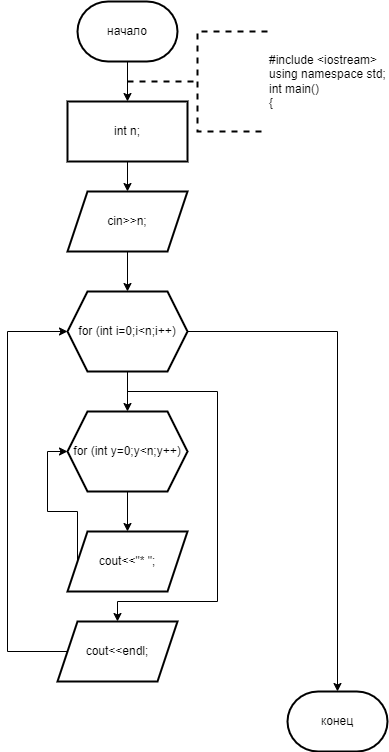
Earlier version of the draw.io export 2_7_2.drawio.png (ksinph/PSTU_LABS_2023). Source tidied: cells renumbered, new cells last; positions are measured from the earlier drawing's top-left corner, leaving out a move shared by most shapes.
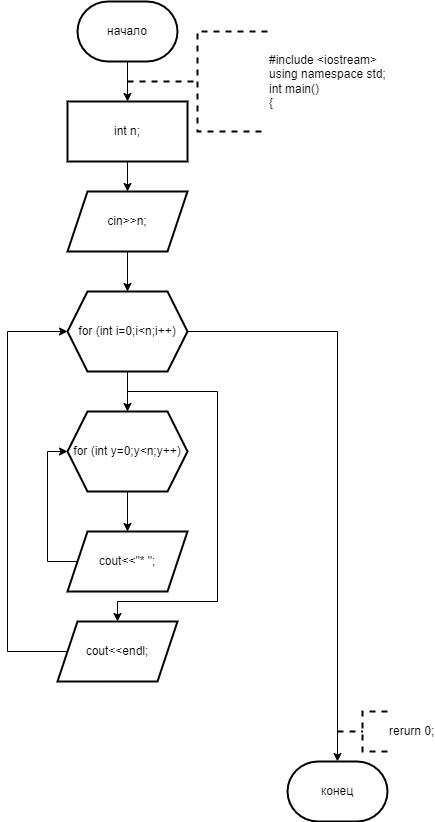
The same diagram one commit later.

The edit, as a diff of the source:
```diff
@@ -43,7 +43,12 @@
       <mxGeometry x="60" y="410" width="120" height="80" as="geometry" />
     </mxCell>
     <mxCell id="13" style="edgeStyle=orthogonalEdgeStyle;rounded=0;jettySize=auto;html=1;exitX=0;exitY=0.5;exitDx=0;exitDy=0;entryX=0;entryY=0.5;entryDx=0;entryDy=0;" parent="1" edge="1" source="14" target="12">
-      <mxGeometry relative="1" as="geometry" />
+      <mxGeometry relative="1" as="geometry">
+        <Array as="points">
+          <mxPoint x="40" y="560" />
+          <mxPoint x="40" y="450" />
+        </Array>
+      </mxGeometry>
     </mxCell>
     <mxCell id="14" value="cout&amp;lt;&amp;lt;&quot;* &quot;;" style="shape=parallelogram;perimeter=parallelogramPerimeter;whiteSpace=wrap;html=1;fixedSize=1;strokeWidth=2;" parent="1" vertex="1">
       <mxGeometry x="60" y="530" width="120" height="60" as="geometry" />
@@ -60,7 +65,7 @@
       <mxGeometry x="50" y="620" width="120" height="60" as="geometry" />
     </mxCell>
     <mxCell id="17" value="конец" style="strokeWidth=2;html=1;shape=mxgraph.flowchart.terminator;whiteSpace=wrap;" parent="1" vertex="1">
-      <mxGeometry x="280" y="690" width="100" height="60" as="geometry" />
+      <mxGeometry x="280" y="760" width="100" height="60" as="geometry" />
     </mxCell>
     <mxCell id="18" style="edgeStyle=orthogonalEdgeStyle;rounded=0;jettySize=auto;html=1;exitX=1;exitY=0.5;exitDx=0;exitDy=0;entryX=0.5;entryY=0;entryDx=0;entryDy=0;entryPerimeter=0;" parent="1" edge="1" source="10" target="17">
       <mxGeometry relative="1" as="geometry" />
@@ -68,5 +73,8 @@
     <mxCell id="19" value="&lt;div&gt;#include &amp;lt;iostream&amp;gt;&lt;/div&gt;&lt;div&gt;using namespace std;&lt;/div&gt;&lt;div&gt;int main()&lt;/div&gt;&lt;div&gt;{&lt;/div&gt;" style="strokeWidth=2;html=1;shape=mxgraph.flowchart.annotation_2;align=left;labelPosition=right;dashed=1;" parent="1" vertex="1">
       <mxGeometry x="120" y="30" width="140" height="100" as="geometry" />
     </mxCell>
+    <mxCell id="20" value="rerurn 0;" style="strokeWidth=2;html=1;shape=mxgraph.flowchart.annotation_2;align=left;labelPosition=right;dashed=1;" parent="1" vertex="1">
+      <mxGeometry x="330" y="710" width="50" height="40" as="geometry" />
+    </mxCell>
   </root>
 </mxGraphModel>
```
